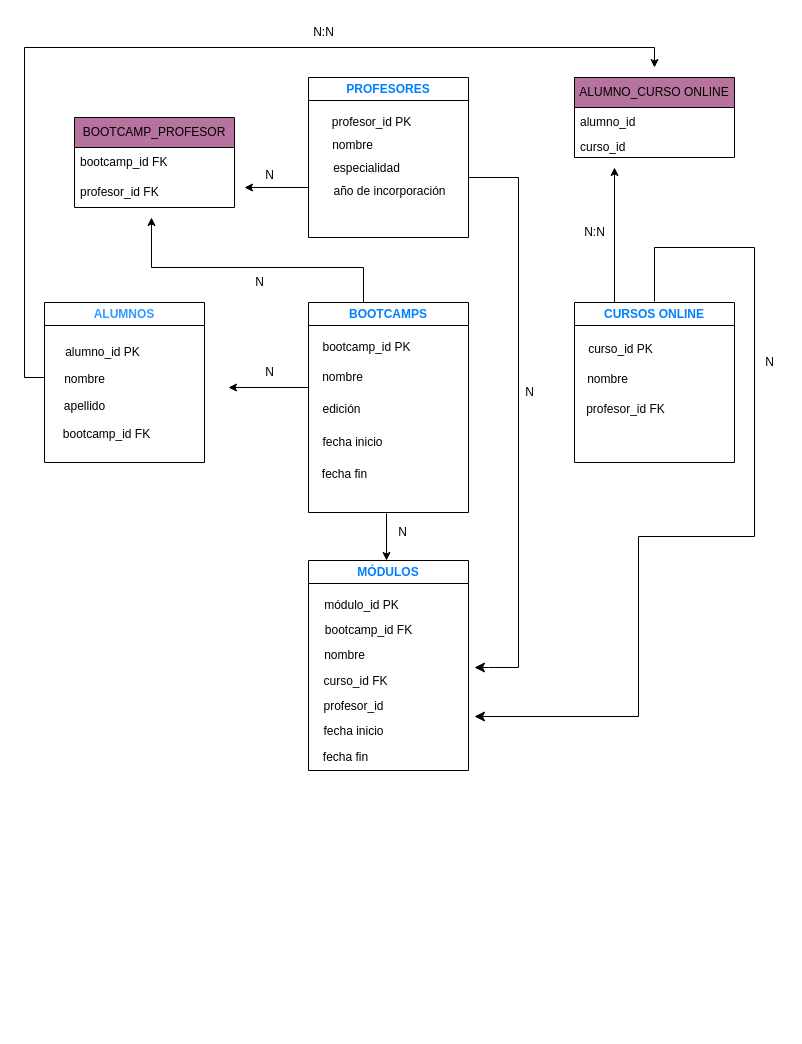
This is Practica/Diagrama KeepCoding.drawio from danyocando-git/sql-dw, a draw.io file, before an edit. Source tidied: cells renumbered, new cells numbered last; positions are measured from the earlier drawing's top-left corner, leaving out a move shared by most shapes. Both pictures are drawn from the tidied source at 100%, with x=0, y=0 at pixel (24, 17).
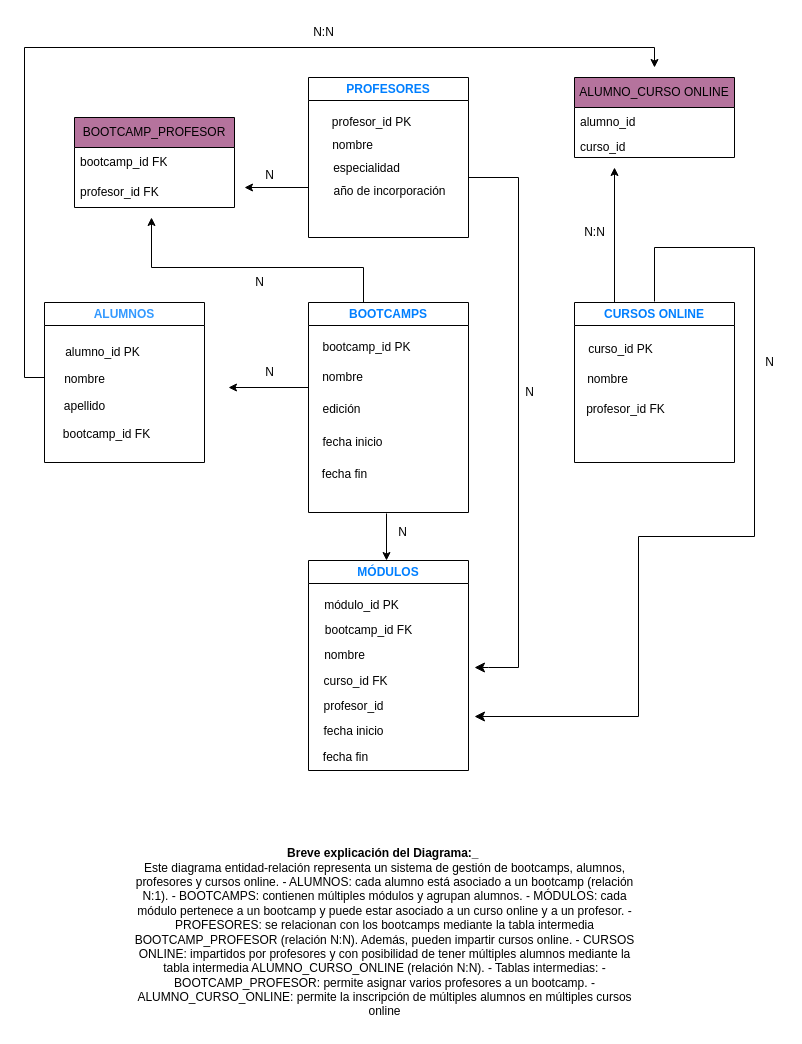
Above is the later version.

Change to the diagram source:
```diff
@@
+    <mxCell id="52" value="&lt;p style=&quot;margin: 0px; font-variant-numeric: normal; font-variant-east-asian: normal; font-variant-alternates: normal; font-size-adjust: none; font-kerning: auto; font-optical-sizing: auto; font-feature-settings: normal; font-variation-settings: normal; font-variant-position: normal; font-variant-emoji: normal; font-stretch: normal; font-size: 10px; line-height: normal; text-align: start; text-wrap-mode: wrap;&quot; class=&quot;p1&quot;&gt;&lt;br&gt;&lt;/p&gt;" style="text;html=1;align=center;verticalAlign=middle;strokeColor=none;fillColor=none;" parent="1" vertex="1">
+      <mxGeometry x="240" y="900" width="20" height="30" as="geometry" />
+    </mxCell>
+    <mxCell id="53" value="&lt;p style=&quot;margin: 0px; font-variant-numeric: normal; font-variant-east-asian: normal; font-variant-alternates: normal; font-size-adjust: none; font-kerning: auto; font-optical-sizing: auto; font-feature-settings: normal; font-variation-settings: normal; font-variant-position: normal; font-variant-emoji: normal; font-stretch: normal; line-height: normal; text-align: start;&quot; class=&quot;p1&quot;&gt;&lt;br&gt;&lt;/p&gt;" style="text;html=1;align=center;verticalAlign=middle;strokeColor=none;fillColor=none;" parent="1" vertex="1">
+      <mxGeometry x="210" y="930" width="20" height="30" as="geometry" />
+    </mxCell>
+    <mxCell id="54" value="&lt;b&gt;Breve explicación del Diagrama:_&amp;nbsp;&lt;/b&gt;&lt;div&gt;Este diagrama entidad-relación representa un sistema de gestión de bootcamps, alumnos,&lt;br&gt;profesores y cursos online. - ALUMNOS: cada alumno está asociado a un bootcamp (relación&lt;br&gt;N:1). - BOOTCAMPS: contienen múltiples módulos y agrupan alumnos. - MÓDULOS: cada&lt;br&gt;módulo pertenece a un bootcamp y puede estar asociado a un curso online y a un profesor. -&lt;br&gt;PROFESORES: se relacionan con los bootcamps mediante la tabla intermedia&lt;br&gt;BOOTCAMP_PROFESOR (relación N:N). Además, pueden impartir cursos online. - CURSOS&lt;br&gt;ONLINE: impartidos por profesores y con posibilidad de tener múltiples alumnos mediante la&lt;br&gt;tabla intermedia ALUMNO_CURSO_ONLINE (relación N:N). - Tablas intermedias: -&lt;br&gt;BOOTCAMP_PROFESOR: permite asignar varios profesores a un bootcamp. -&lt;br&gt;ALUMNO_CURSO_ONLINE: permite la inscripción de múltiples alumnos en múltiples cursos&lt;br&gt;online&lt;/div&gt;" style="text;html=1;align=center;verticalAlign=middle;strokeColor=none;fillColor=none;" parent="1" vertex="1">
+      <mxGeometry x="100" y="820" width="520" height="190" as="geometry" />
+    </mxCell>
```
